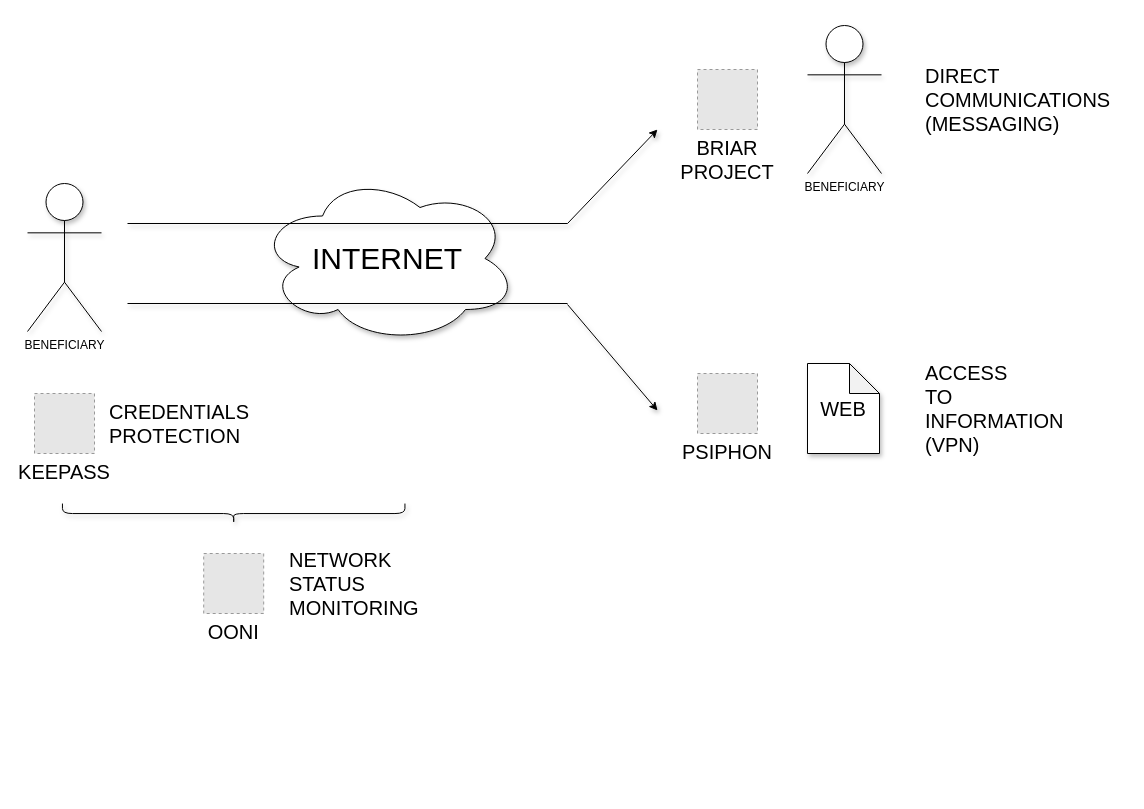
The draw.io diagram Media/Diagrams/AXIS [P] Proposal diagram ENG v1.0.drawio in TheIOFoundation/TIOF, before the edit. Source tidied: cells renumbered, new cells numbered last; positions are measured from the earlier drawing's top-left corner, leaving out a move shared by most shapes. Both pictures are drawn from the tidied source at 100%, with x=0, y=0 at pixel (27, 25). Pictures stored in the file or linked from it are replaced by grey dashed boxes.
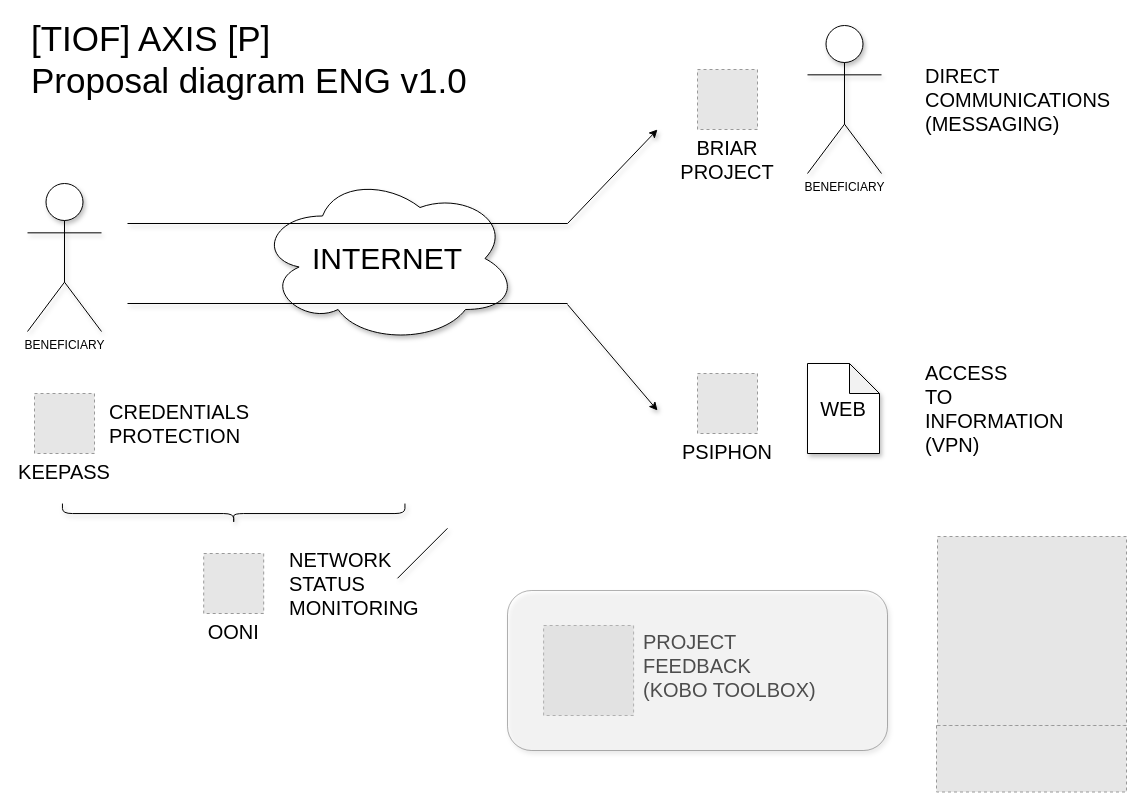
Above is the later version.

What changed in the source:
```diff
@@
-<mxGraphModel>
+<mxGraphModel background="#FFFFFF">
@@
+    <mxCell id="19" value="&lt;font style=&quot;font-size: 35px&quot;&gt;[TIOF] AXIS [P]&lt;br&gt;Proposal diagram ENG v1.0&lt;/font&gt;" style="text;html=1;strokeColor=none;fillColor=none;align=left;verticalAlign=middle;whiteSpace=wrap;rounded=0;shadow=1;fontSize=20;" parent="1" vertex="1">
+      <mxGeometry x="1.8" y="24" width="630" height="20" as="geometry" />
+    </mxCell>
+    <mxCell id="20" style="fillColor=#E6E6E6;strokeColor=#999999;dashed=1;verticalLabelPosition=bottom;labelBackgroundColor=#ffffff;verticalAlign=top;" parent="1" vertex="1">
+      <mxGeometry x="909" y="700" width="190" height="66.5" as="geometry" />
+    </mxCell>
+    <mxCell id="21" style="fillColor=#E6E6E6;strokeColor=#999999;dashed=1;verticalLabelPosition=bottom;labelBackgroundColor=#ffffff;verticalAlign=top;" parent="1" vertex="1">
+      <mxGeometry x="516.1" y="600" width="90" height="90" as="geometry" />
+    </mxCell>
+    <mxCell id="22" style="endArrow=none;html=1;shadow=1;fontSize=20;" parent="1" edge="1">
+      <mxGeometry relative="1" as="geometry">
+        <mxPoint x="370" y="552.8" as="sourcePoint" />
+        <mxPoint x="420" y="502.8" as="targetPoint" />
+      </mxGeometry>
+    </mxCell>
+    <mxCell id="23" value="PROJECT&lt;br&gt;FEEDBACK&lt;br&gt;(KOBO TOOLBOX)" style="text;html=1;strokeColor=none;fillColor=none;align=left;verticalAlign=middle;whiteSpace=wrap;rounded=0;shadow=1;fontSize=20;" parent="1" vertex="1">
+      <mxGeometry x="613.9" y="630" width="210" height="20" as="geometry" />
+    </mxCell>
+    <mxCell id="24" style="rounded=1;whiteSpace=wrap;html=1;shadow=1;fontSize=20;align=left;opacity=30;" parent="1" vertex="1">
+      <mxGeometry x="480" y="565" width="380" height="160" as="geometry" />
+    </mxCell>
+    <mxCell id="25" style="fillColor=#E6E6E6;strokeColor=#999999;dashed=1;verticalLabelPosition=bottom;labelBackgroundColor=#ffffff;verticalAlign=top;" parent="1" vertex="1">
+      <mxGeometry x="910" y="511" width="189" height="189" as="geometry" />
+    </mxCell>
```
